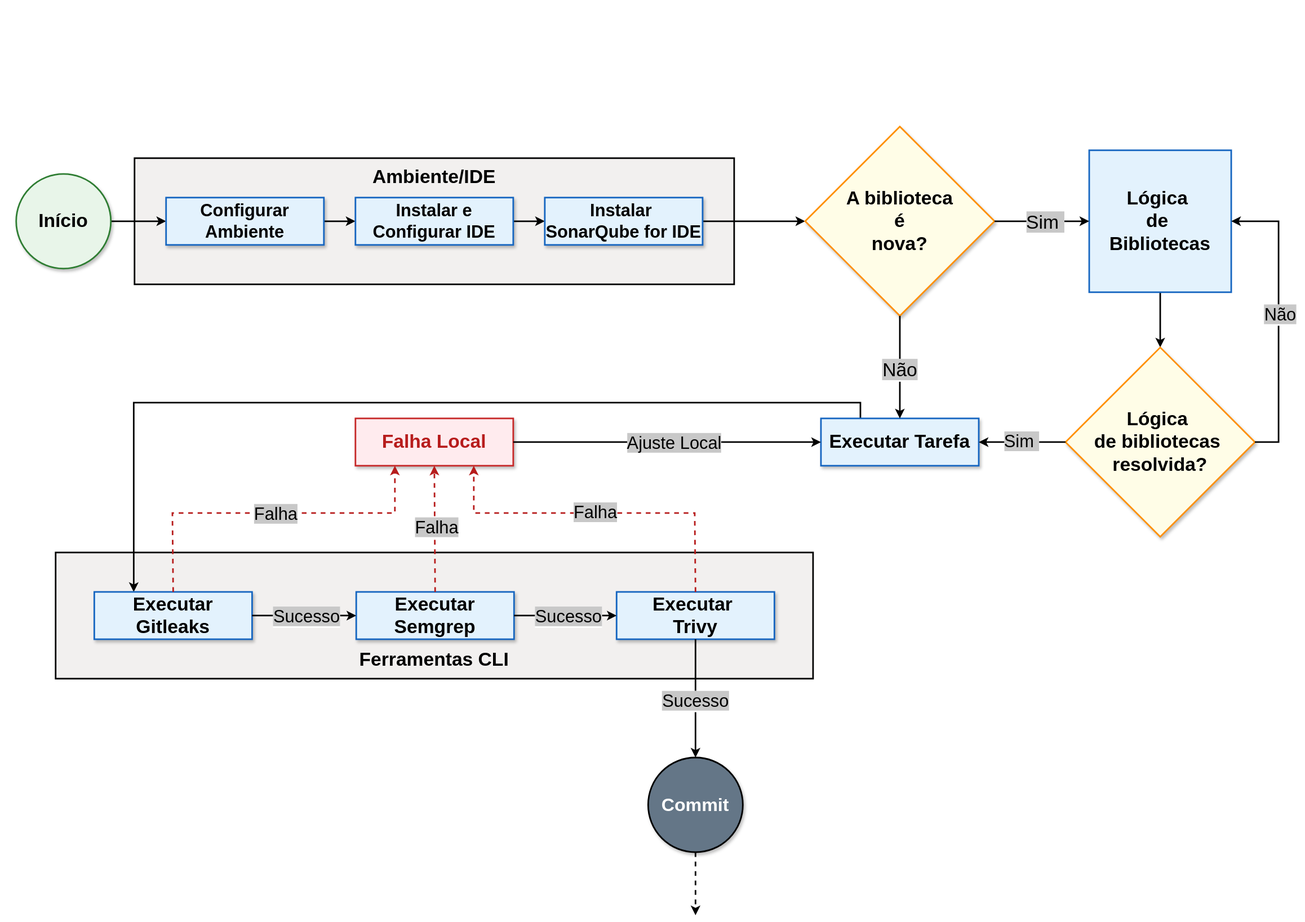
leonardocnl/PadaONE-Security keeps this draw.io diagram as assets/images/Fluxograma-Fase1.svg. Above is the earlier version. Source tidied: cells renumbered, new cells last; positions are measured from the earlier drawing's top-left corner, leaving out a move shared by most shapes.
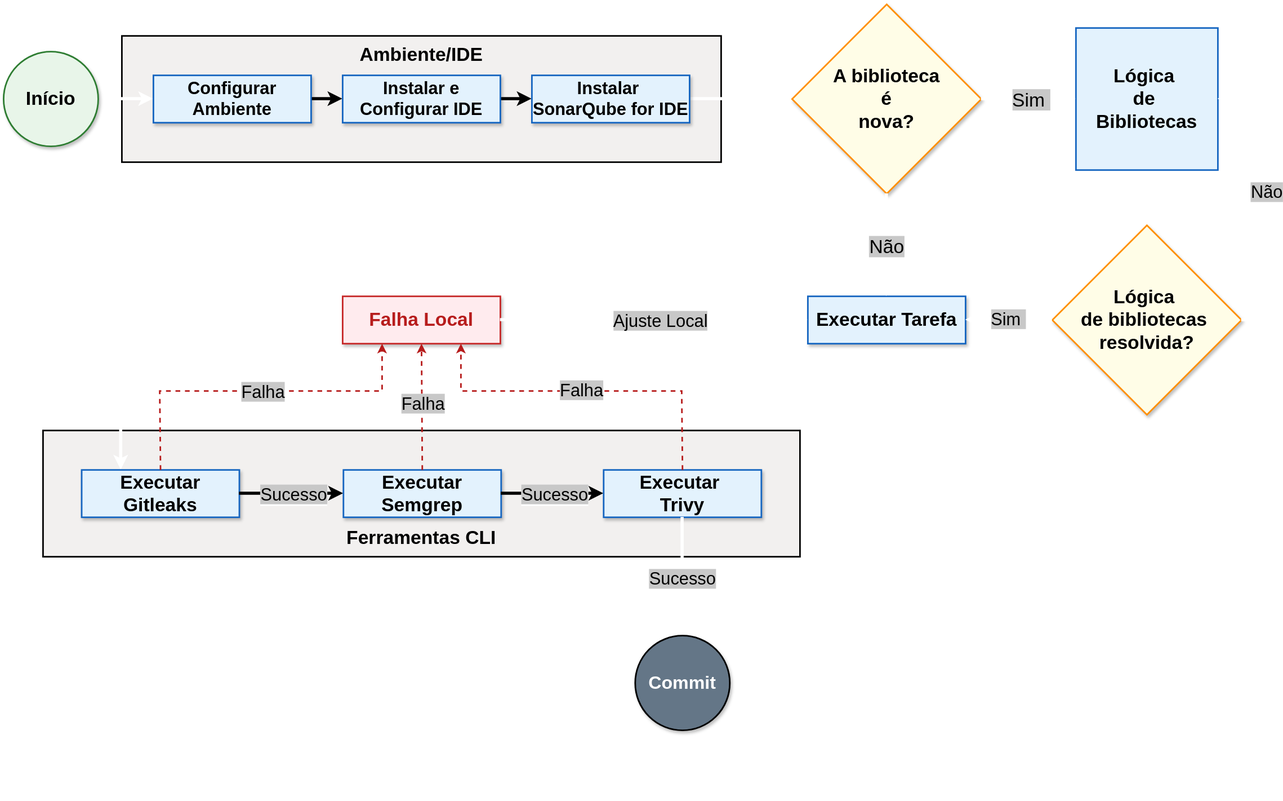
After the change.

The edit, as a diff of the source:
```diff
@@ -8,25 +8,25 @@
     <mxCell id="3" style="rounded=0;whiteSpace=wrap;html=1;fillColor=#F2F0EF;strokeWidth=2;" parent="1" vertex="1">
       <mxGeometry x="150" y="40" width="760" height="160" as="geometry" />
     </mxCell>
-    <mxCell id="4" style="edgeStyle=orthogonalEdgeStyle;rounded=0;jettySize=auto;html=1;exitX=1;exitY=0.5;exitDx=0;exitDy=0;entryX=0;entryY=0.5;entryDx=0;entryDy=0;strokeWidth=2;" parent="1" edge="1" source="5" target="7">
+    <mxCell id="4" style="edgeStyle=orthogonalEdgeStyle;rounded=0;jettySize=auto;html=1;exitX=1;exitY=0.5;exitDx=0;exitDy=0;entryX=0;entryY=0.5;entryDx=0;entryDy=0;strokeWidth=4;strokeColor=#FFFFFF;" parent="1" edge="1" source="5" target="7">
       <mxGeometry relative="1" as="geometry" />
     </mxCell>
     <mxCell id="5" value="&lt;font style=&quot;font-size: 24px;&quot;&gt;&lt;font style=&quot;&quot;&gt;In&lt;/font&gt;&lt;span style=&quot;background-color: transparent;&quot;&gt;ício&lt;/span&gt;&lt;/font&gt;" style="ellipse;whiteSpace=wrap;html=1;fillColor=#E8F5E9;strokeColor=#2E7D32;fontColor=#000000;fontFamily=Helvetica;shadow=1;fontStyle=1;strokeWidth=2;" parent="1" vertex="1">
       <mxGeometry y="60" width="120" height="120" as="geometry" />
     </mxCell>
-    <mxCell id="6" style="edgeStyle=orthogonalEdgeStyle;rounded=0;jettySize=auto;html=1;exitX=1;exitY=0.5;exitDx=0;exitDy=0;entryX=0;entryY=0.5;entryDx=0;entryDy=0;strokeWidth=2;" parent="1" edge="1" source="7" target="9">
+    <mxCell id="6" style="edgeStyle=orthogonalEdgeStyle;rounded=0;jettySize=auto;html=1;exitX=1;exitY=0.5;exitDx=0;exitDy=0;entryX=0;entryY=0.5;entryDx=0;entryDy=0;strokeWidth=4;strokeColor=#000000;" parent="1" edge="1" source="7" target="9">
       <mxGeometry relative="1" as="geometry" />
     </mxCell>
     <mxCell id="7" value="&lt;b&gt;Configurar Ambiente&lt;/b&gt;" style="rounded=0;whiteSpace=wrap;html=1;fillColor=#E3F2FD;strokeColor=#1565C0;fontColor=#000000;shadow=1;strokeWidth=2;fontSize=22;" parent="1" vertex="1">
       <mxGeometry x="190" y="90" width="200" height="60" as="geometry" />
     </mxCell>
-    <mxCell id="8" style="edgeStyle=orthogonalEdgeStyle;rounded=0;jettySize=auto;html=1;exitX=1;exitY=0.5;exitDx=0;exitDy=0;entryX=0;entryY=0.5;entryDx=0;entryDy=0;strokeWidth=2;" parent="1" edge="1" source="9" target="11">
+    <mxCell id="8" style="edgeStyle=orthogonalEdgeStyle;rounded=0;jettySize=auto;html=1;exitX=1;exitY=0.5;exitDx=0;exitDy=0;entryX=0;entryY=0.5;entryDx=0;entryDy=0;strokeWidth=4;strokeColor=#000000;" parent="1" edge="1" source="9" target="11">
       <mxGeometry relative="1" as="geometry" />
     </mxCell>
     <mxCell id="9" value="&lt;b&gt;Instalar e Configurar IDE&lt;/b&gt;" style="rounded=0;whiteSpace=wrap;html=1;fillColor=#E3F2FD;strokeColor=#1565C0;fontColor=#000000;shadow=1;strokeWidth=2;fontSize=22;" parent="1" vertex="1">
       <mxGeometry x="430" y="90" width="200" height="60" as="geometry" />
     </mxCell>
-    <mxCell id="10" style="edgeStyle=orthogonalEdgeStyle;rounded=0;jettySize=auto;html=1;exitX=1;exitY=0.5;exitDx=0;exitDy=0;entryX=0;entryY=0.5;entryDx=0;entryDy=0;strokeWidth=2;" parent="1" edge="1" source="11" target="12">
+    <mxCell id="10" style="edgeStyle=orthogonalEdgeStyle;rounded=0;jettySize=auto;html=1;exitX=1;exitY=0.5;exitDx=0;exitDy=0;entryX=0;entryY=0.5;entryDx=0;entryDy=0;strokeWidth=4;strokeColor=#FFFFFF;" parent="1" edge="1" source="11" target="12">
       <mxGeometry relative="1" as="geometry" />
     </mxCell>
     <mxCell id="11" value="&lt;b&gt;Instalar&amp;nbsp;&lt;/b&gt;&lt;div&gt;&lt;b&gt;SonarQube for IDE&lt;/b&gt;&lt;/div&gt;" style="rounded=0;whiteSpace=wrap;html=1;fillColor=#E3F2FD;strokeColor=#1565C0;fontColor=#000000;shadow=1;strokeWidth=2;fontSize=22;" parent="1" vertex="1">
@@ -35,13 +35,13 @@
     <mxCell id="12" value="&lt;b&gt;A biblioteca&lt;/b&gt;&lt;div&gt;&lt;b&gt;&amp;nbsp;é&amp;nbsp;&lt;/b&gt;&lt;/div&gt;&lt;div&gt;&lt;b&gt;nova?&lt;/b&gt;&lt;/div&gt;" style="rhombus;whiteSpace=wrap;html=1;fillColor=#FFFDE7;strokeColor=#FF8F00;fontFamily=Helvetica;shadow=1;fontSize=24;strokeWidth=2;" parent="1" vertex="1">
       <mxGeometry x="1000" width="240" height="240" as="geometry" />
     </mxCell>
-    <mxCell id="13" style="edgeStyle=orthogonalEdgeStyle;rounded=0;jettySize=auto;html=1;entryX=0.5;entryY=0;entryDx=0;entryDy=0;strokeWidth=2;" parent="1" edge="1" source="14" target="17">
+    <mxCell id="13" style="edgeStyle=orthogonalEdgeStyle;rounded=0;jettySize=auto;html=1;entryX=0.5;entryY=0;entryDx=0;entryDy=0;strokeWidth=4;strokeColor=#FFFFFF;" parent="1" edge="1" source="14" target="17">
       <mxGeometry relative="1" as="geometry" />
     </mxCell>
     <mxCell id="14" value="Lógica&amp;nbsp;&lt;div&gt;de&amp;nbsp;&lt;div&gt;Bibliotecas&lt;/div&gt;&lt;/div&gt;" style="rounded=0;whiteSpace=wrap;html=1;fillColor=#E3F2FD;strokeColor=#1565C0;fontStyle=1;fontSize=24;strokeWidth=2;" parent="1" vertex="1">
       <mxGeometry x="1360" y="30" width="180" height="180" as="geometry" />
     </mxCell>
-    <mxCell id="15" style="rounded=0;jettySize=auto;html=1;exitX=1;exitY=0.5;exitDx=0;exitDy=0;entryX=0;entryY=0.5;entryDx=0;entryDy=0;fontFamily=Helvetica;strokeWidth=2;" parent="1" edge="1" source="12" target="14">
+    <mxCell id="15" style="rounded=0;jettySize=auto;html=1;exitX=1;exitY=0.5;exitDx=0;exitDy=0;entryX=0;entryY=0.5;entryDx=0;entryDy=0;fontFamily=Helvetica;strokeWidth=4;strokeColor=#FFFFFF;" parent="1" edge="1" source="12" target="14">
       <mxGeometry relative="1" as="geometry" />
     </mxCell>
     <mxCell id="16" value="&lt;span style=&quot;background-color: light-dark(rgb(200, 200, 200), rgb(237, 237, 237));&quot;&gt;Sim&amp;nbsp;&lt;/span&gt;" style="edgeLabel;html=1;align=center;verticalAlign=middle;fontFamily=Helvetica;fontSize=24;" parent="15" vertex="1">
@@ -50,7 +50,7 @@
     <mxCell id="17" value="&lt;b&gt;Lógica&amp;nbsp;&lt;/b&gt;&lt;div&gt;&lt;b&gt;de bibliotecas&amp;nbsp;&lt;/b&gt;&lt;/div&gt;&lt;div&gt;&lt;b&gt;resolvida?&lt;/b&gt;&lt;/div&gt;" style="rhombus;whiteSpace=wrap;html=1;fillColor=#FFFDE7;strokeColor=#FF8F00;fontFamily=Helvetica;shadow=1;fontSize=24;strokeWidth=2;" parent="1" vertex="1">
       <mxGeometry x="1330" y="280" width="240" height="240" as="geometry" />
     </mxCell>
-    <mxCell id="18" style="rounded=0;jettySize=auto;html=1;exitX=1;exitY=0.5;exitDx=0;exitDy=0;entryX=1;entryY=0.5;entryDx=0;entryDy=0;fontFamily=Helvetica;strokeWidth=2;" parent="1" edge="1" source="17" target="14">
+    <mxCell id="18" style="rounded=0;jettySize=auto;html=1;exitX=1;exitY=0.5;exitDx=0;exitDy=0;entryX=1;entryY=0.5;entryDx=0;entryDy=0;fontFamily=Helvetica;strokeWidth=4;strokeColor=#FFFFFF;" parent="1" edge="1" source="17" target="14">
       <mxGeometry relative="1" as="geometry">
         <Array as="points">
           <mxPoint x="1600" y="400" />
@@ -61,13 +61,13 @@
     <mxCell id="19" value="&lt;span style=&quot;background-color: rgb(200, 200, 200);&quot;&gt;Não&lt;/span&gt;" style="edgeLabel;html=1;align=center;verticalAlign=middle;fontFamily=Helvetica;fontSize=22;" parent="18" vertex="1">
       <mxGeometry x="0.04" y="-1" relative="1" as="geometry" />
     </mxCell>
-    <mxCell id="20" style="edgeStyle=orthogonalEdgeStyle;rounded=0;jettySize=auto;html=1;exitX=0.25;exitY=0;exitDx=0;exitDy=0;entryX=0.25;entryY=0;entryDx=0;entryDy=0;strokeWidth=2;" parent="1" edge="1" source="21" target="24">
+    <mxCell id="20" style="edgeStyle=orthogonalEdgeStyle;rounded=0;jettySize=auto;html=1;exitX=0.25;exitY=0;exitDx=0;exitDy=0;entryX=0.25;entryY=0;entryDx=0;entryDy=0;strokeWidth=4;strokeColor=#FFFFFF;" parent="1" edge="1" source="21" target="24">
       <mxGeometry relative="1" as="geometry" />
     </mxCell>
     <mxCell id="21" value="&lt;b&gt;Executar Tarefa&lt;/b&gt;" style="rounded=0;whiteSpace=wrap;html=1;fillColor=#E3F2FD;strokeColor=#1565C0;fontColor=#000000;shadow=1;strokeWidth=2;fontSize=24;" parent="1" vertex="1">
       <mxGeometry x="1020" y="370" width="200" height="60" as="geometry" />
     </mxCell>
-    <mxCell id="22" style="rounded=0;jettySize=auto;html=1;exitX=0.5;exitY=1;exitDx=0;exitDy=0;entryX=0.5;entryY=0;entryDx=0;entryDy=0;fontFamily=Helvetica;strokeWidth=2;" parent="1" edge="1" source="12" target="21">
+    <mxCell id="22" style="rounded=0;jettySize=auto;html=1;exitX=0.5;exitY=1;exitDx=0;exitDy=0;entryX=0.5;entryY=0;entryDx=0;entryDy=0;fontFamily=Helvetica;strokeWidth=4;strokeColor=#FFFFFF;" parent="1" edge="1" source="12" target="21">
       <mxGeometry relative="1" as="geometry" />
     </mxCell>
     <mxCell id="23" value="&lt;span style=&quot;background-color: rgb(200, 200, 200);&quot;&gt;Não&lt;/span&gt;" style="edgeLabel;html=1;align=center;verticalAlign=middle;fontFamily=Helvetica;fontSize=24;" parent="22" vertex="1">
@@ -82,25 +82,25 @@
     <mxCell id="26" value="&lt;b&gt;Executar&amp;nbsp;&lt;/b&gt;&lt;div&gt;&lt;b&gt;Trivy&lt;/b&gt;&lt;/div&gt;" style="rounded=0;whiteSpace=wrap;html=1;fillColor=#E3F2FD;strokeColor=#1565C0;shadow=1;fontColor=#000000;strokeWidth=2;fontSize=24;" parent="1" vertex="1">
       <mxGeometry x="761" y="590" width="200" height="60" as="geometry" />
     </mxCell>
-    <mxCell id="27" style="rounded=0;jettySize=auto;html=1;exitX=1;exitY=0.5;exitDx=0;exitDy=0;fontFamily=Helvetica;entryX=0;entryY=0.5;entryDx=0;entryDy=0;strokeWidth=2;" parent="1" edge="1" source="24" target="25">
+    <mxCell id="27" style="rounded=0;jettySize=auto;html=1;exitX=1;exitY=0.5;exitDx=0;exitDy=0;fontFamily=Helvetica;entryX=0;entryY=0.5;entryDx=0;entryDy=0;strokeWidth=4;strokeColor=#000000;" parent="1" edge="1" source="24" target="25">
       <mxGeometry relative="1" as="geometry" />
     </mxCell>
     <mxCell id="28" value="&lt;span style=&quot;background-color: light-dark(rgb(200, 200, 200), rgb(237, 237, 237));&quot;&gt;Sucesso&lt;/span&gt;" style="edgeLabel;html=1;align=center;verticalAlign=middle;fontFamily=Helvetica;fontSize=22;" parent="27" vertex="1">
       <mxGeometry x="0.04" y="-1" relative="1" as="geometry" />
     </mxCell>
-    <mxCell id="29" style="rounded=0;jettySize=auto;html=1;exitX=1;exitY=0.5;exitDx=0;exitDy=0;fontFamily=Helvetica;entryX=0;entryY=0.5;entryDx=0;entryDy=0;strokeWidth=2;" parent="1" edge="1" source="25" target="26">
+    <mxCell id="29" style="rounded=0;jettySize=auto;html=1;exitX=1;exitY=0.5;exitDx=0;exitDy=0;fontFamily=Helvetica;entryX=0;entryY=0.5;entryDx=0;entryDy=0;strokeWidth=4;strokeColor=#000000;" parent="1" edge="1" source="25" target="26">
       <mxGeometry relative="1" as="geometry" />
     </mxCell>
     <mxCell id="30" value="&lt;span style=&quot;background-color: light-dark(rgb(200, 200, 200), rgb(237, 237, 237));&quot;&gt;Sucesso&lt;/span&gt;" style="edgeLabel;html=1;align=center;verticalAlign=middle;fontFamily=Helvetica;fontSize=22;" parent="29" vertex="1">
       <mxGeometry x="0.04" y="-1" relative="1" as="geometry" />
     </mxCell>
-    <mxCell id="31" style="rounded=0;jettySize=auto;html=1;exitX=0.5;exitY=1;exitDx=0;exitDy=0;fontFamily=Helvetica;entryX=0.5;entryY=0;entryDx=0;entryDy=0;strokeWidth=2;" parent="1" edge="1" source="26" target="34">
+    <mxCell id="31" style="rounded=0;jettySize=auto;html=1;exitX=0.5;exitY=1;exitDx=0;exitDy=0;fontFamily=Helvetica;entryX=0.5;entryY=0;entryDx=0;entryDy=0;strokeWidth=4;strokeColor=#FFFFFF;" parent="1" edge="1" source="26" target="34">
       <mxGeometry relative="1" as="geometry" />
     </mxCell>
     <mxCell id="32" value="&lt;span style=&quot;background-color: light-dark(rgb(200, 200, 200), rgb(237, 237, 237));&quot;&gt;Sucesso&lt;/span&gt;" style="edgeLabel;html=1;align=center;verticalAlign=middle;fontFamily=Helvetica;fontSize=22;" parent="31" vertex="1">
       <mxGeometry x="0.04" y="-1" relative="1" as="geometry" />
     </mxCell>
-    <mxCell id="33" style="edgeStyle=orthogonalEdgeStyle;rounded=0;jettySize=auto;html=1;exitX=0.5;exitY=1;exitDx=0;exitDy=0;dashed=1;strokeWidth=2;" parent="1" edge="1" source="34">
+    <mxCell id="33" style="edgeStyle=orthogonalEdgeStyle;rounded=0;jettySize=auto;html=1;exitX=0.5;exitY=1;exitDx=0;exitDy=0;dashed=1;strokeWidth=4;strokeColor=#FFFFFF;" parent="1" edge="1" source="34">
       <mxGeometry relative="1" as="geometry">
         <mxPoint x="861" y="1000" as="targetPoint" />
       </mxGeometry>
@@ -145,13 +145,13 @@
     <mxCell id="43" value="Ferramentas CLI" style="text;html=1;whiteSpace=wrap;strokeColor=none;fillColor=none;align=center;verticalAlign=middle;rounded=0;fontSize=24;fontStyle=1;" parent="1" vertex="1">
       <mxGeometry x="360" y="658" width="340" height="35" as="geometry" />
     </mxCell>
-    <mxCell id="44" style="rounded=0;jettySize=auto;html=1;exitX=0;exitY=0.5;exitDx=0;exitDy=0;entryX=1;entryY=0.5;entryDx=0;entryDy=0;fontFamily=Helvetica;strokeWidth=2;" parent="1" edge="1" source="17" target="21">
+    <mxCell id="44" style="rounded=0;jettySize=auto;html=1;exitX=0;exitY=0.5;exitDx=0;exitDy=0;entryX=1;entryY=0.5;entryDx=0;entryDy=0;fontFamily=Helvetica;strokeWidth=4;strokeColor=#FFFFFF;" parent="1" edge="1" source="17" target="21">
       <mxGeometry relative="1" as="geometry" />
     </mxCell>
     <mxCell id="45" value="&lt;span style=&quot;background-color: light-dark(rgb(200, 200, 200), rgb(237, 237, 237));&quot;&gt;Sim&amp;nbsp;&lt;/span&gt;" style="edgeLabel;html=1;align=center;verticalAlign=middle;fontFamily=Helvetica;fontSize=22;" parent="44" vertex="1">
       <mxGeometry x="0.04" y="-1" relative="1" as="geometry" />
     </mxCell>
-    <mxCell id="46" style="rounded=0;jettySize=auto;html=1;exitX=1;exitY=0.5;exitDx=0;exitDy=0;entryX=0;entryY=0.5;entryDx=0;entryDy=0;fontFamily=Helvetica;strokeWidth=2;fontSize=12;" parent="1" edge="1" source="35" target="21">
+    <mxCell id="46" style="rounded=0;jettySize=auto;html=1;exitX=1;exitY=0.5;exitDx=0;exitDy=0;entryX=0;entryY=0.5;entryDx=0;entryDy=0;fontFamily=Helvetica;strokeWidth=4;fontSize=12;strokeColor=#FFFFFF;" parent="1" edge="1" source="35" target="21">
       <mxGeometry relative="1" as="geometry" />
     </mxCell>
     <mxCell id="47" value="&lt;span style=&quot;background-color: rgb(200, 200, 200);&quot;&gt;Ajuste Local&lt;/span&gt;" style="edgeLabel;html=1;align=center;verticalAlign=middle;fontFamily=Helvetica;fontSize=22;" parent="46" vertex="1">
```
